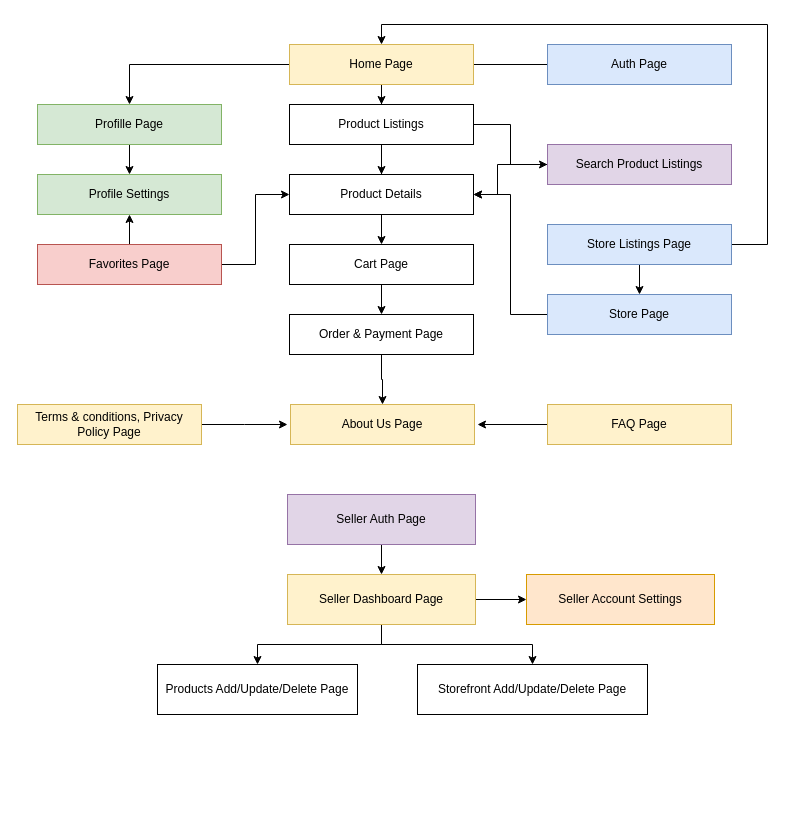
The draw.io diagram drawio-mvp/Marketplace Site Map Diagram.drawio in mealibek/drawio, before the edit. Source tidied: cells renumbered, new cells numbered last; positions are measured from the earlier drawing's top-left corner, leaving out a move shared by most shapes. Both pictures are drawn from the tidied source at 100%, with x=0, y=0 at pixel (17, 24).
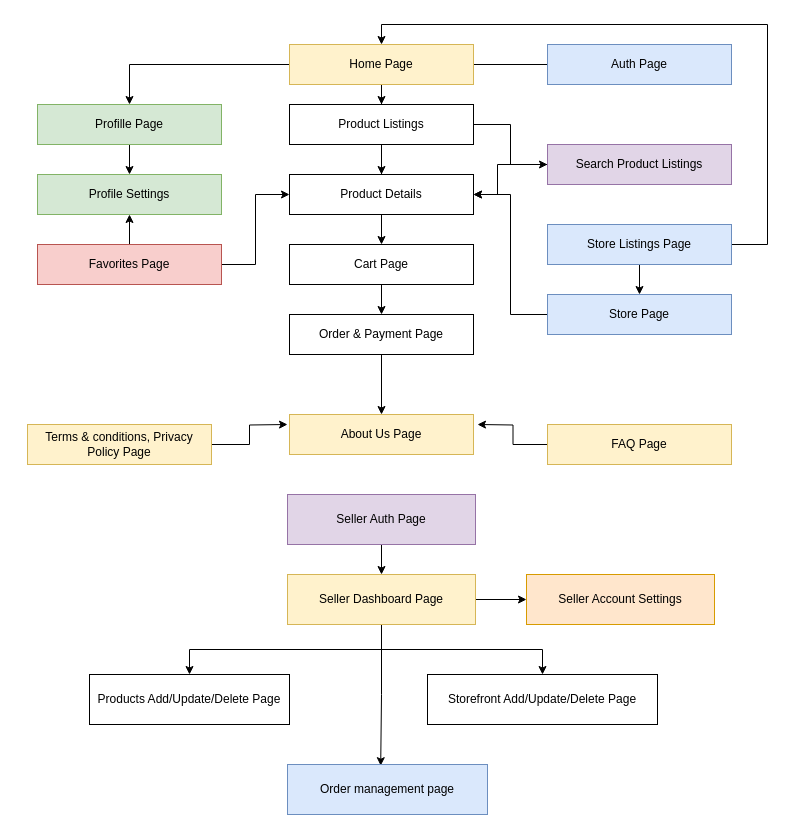
After the change.

The change refers to these unchanged cells:
```xml
<mxCell id="35" value="Seller Dashboard Page" style="rounded=0;whiteSpace=wrap;html=1;fillColor=#fff2cc;strokeColor=#d6b656;" parent="1" vertex="1">
  <mxGeometry x="270" y="550" width="188" height="50" as="geometry" />
</mxCell>
```

Diff of the diagram source:
```diff
@@
     <mxCell id="20" value="Terms &amp;amp; conditions, Privacy Policy Page" style="rounded=0;whiteSpace=wrap;html=1;fillColor=#fff2cc;strokeColor=#d6b656;" parent="1" vertex="1">
-      <mxGeometry y="380" width="184" height="40" as="geometry" />
+      <mxGeometry x="10" y="400" width="184" height="40" as="geometry" />
     </mxCell>
     <mxCell id="21" value="About Us Page" style="rounded=0;whiteSpace=wrap;html=1;fillColor=#fff2cc;strokeColor=#d6b656;" parent="1" vertex="1">
-      <mxGeometry x="273" y="380" width="184" height="40" as="geometry" />
+      <mxGeometry x="272" y="390" width="184" height="40" as="geometry" />
     </mxCell>
@@
     <mxCell id="26" value="FAQ Page" style="rounded=0;whiteSpace=wrap;html=1;fillColor=#fff2cc;strokeColor=#d6b656;" parent="1" vertex="1">
-      <mxGeometry x="530" y="380" width="184" height="40" as="geometry" />
+      <mxGeometry x="530" y="400" width="184" height="40" as="geometry" />
     </mxCell>
@@
+    <mxCell id="42" style="edgeStyle=orthogonalEdgeStyle;rounded=0;jettySize=auto;html=1;entryX=0.466;entryY=0.024;entryDx=0;entryDy=0;entryPerimeter=0;" parent="1" edge="1" source="35" target="43">
+      <mxGeometry relative="1" as="geometry" />
+    </mxCell>
@@
     <mxCell id="36" value="Storefront Add/Update/Delete Page" style="rounded=0;whiteSpace=wrap;html=1;" parent="1" vertex="1">
-      <mxGeometry x="400" y="640" width="230" height="50" as="geometry" />
+      <mxGeometry x="410" y="650" width="230" height="50" as="geometry" />
     </mxCell>
     <mxCell id="37" value="Products Add/Update/Delete Page" style="rounded=0;whiteSpace=wrap;html=1;" parent="1" vertex="1">
-      <mxGeometry x="140" y="640" width="200" height="50" as="geometry" />
+      <mxGeometry x="72" y="650" width="200" height="50" as="geometry" />
     </mxCell>
@@
+    <mxCell id="43" value="Order management page" style="rounded=0;whiteSpace=wrap;html=1;fillColor=#dae8fc;strokeColor=#6c8ebf;" parent="1" vertex="1">
+      <mxGeometry x="270" y="740" width="200" height="50" as="geometry" />
+    </mxCell>
```
